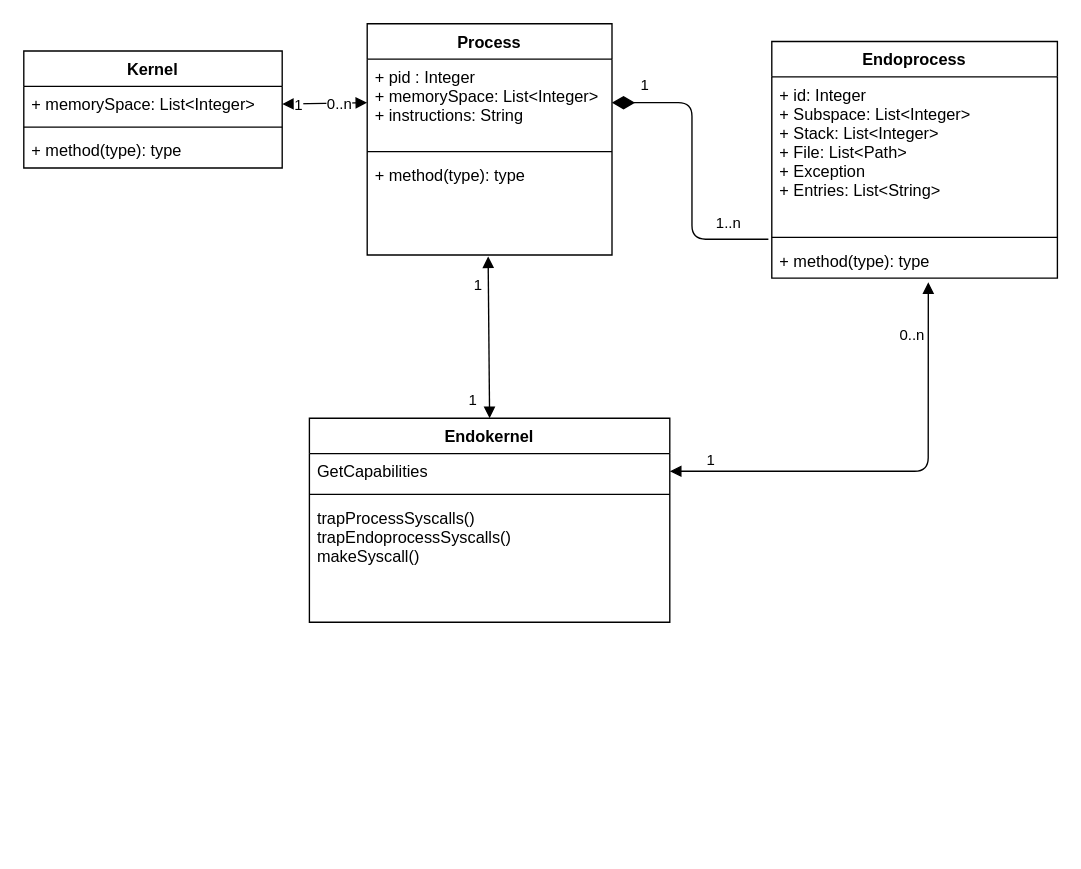
Before: models/EndocertUML.drawio in ndauten/comp517-project, a draw.io diagram. Source tidied: cells renumbered, new cells numbered last; positions are measured from the earlier drawing's top-left corner, leaving out a move shared by most shapes. Both pictures are drawn from the tidied source at 136%, with x=0, y=0 at pixel (23, 23).
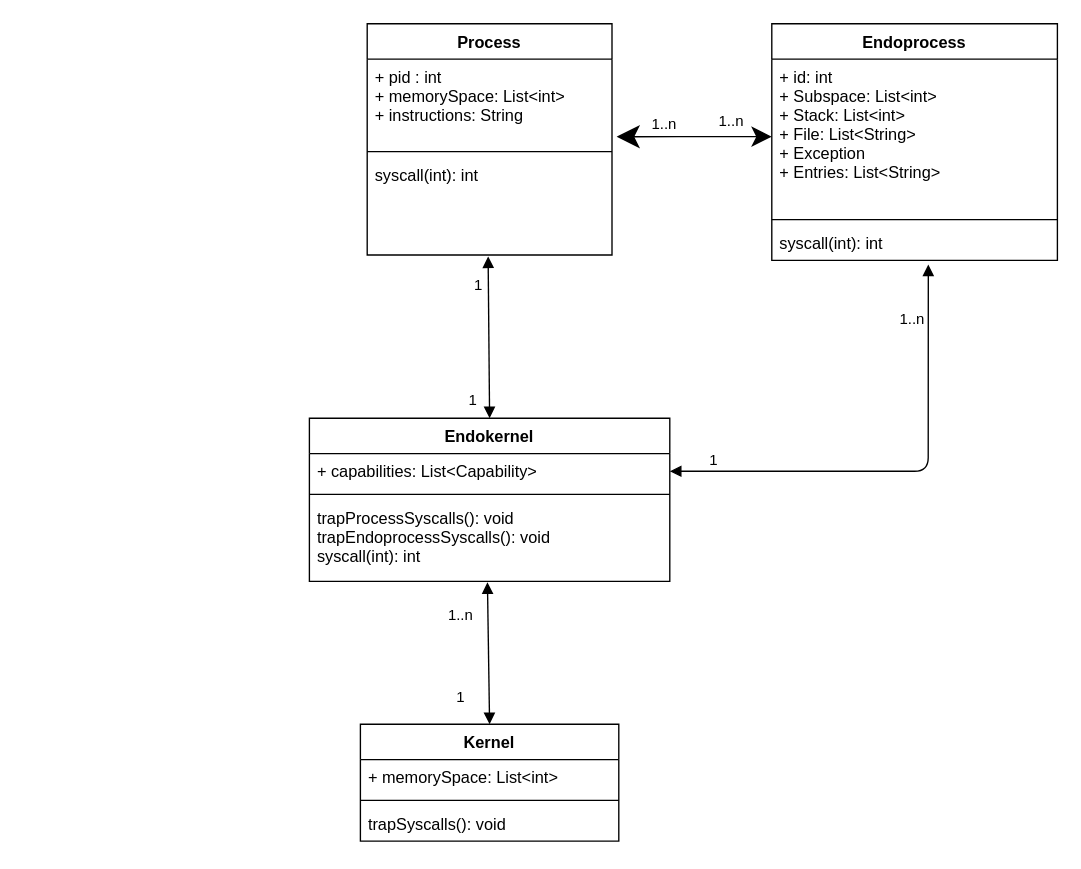
The same diagram, later.

The change refers to these unchanged cells:
```xml
<mxCell id="2" value="Process" style="swimlane;fontStyle=1;align=center;verticalAlign=top;horizontal=1;startSize=26;" parent="1" vertex="1">
  <mxGeometry x="252.5" width="180" height="170" as="geometry" />
</mxCell>
<mxCell id="26" style="endArrow=block;startArrow=block;endFill=1;startFill=1;html=1;entryX=0.548;entryY=1.115;entryDx=0;entryDy=0;exitX=1;exitY=0.5;exitDx=0;exitDy=0;entryPerimeter=0;" parent="1" edge="1" source="20" target="13">
  <mxGeometry relative="1" as="geometry">
    <Array as="points">
      <mxPoint x="665" y="329" />
    </Array>
  </mxGeometry>
</mxCell>
```

The edit, as a diff of the source:
```diff
@@
-    <mxCell id="3" value="+ pid : Integer&#10;+ memorySpace: List&lt;Integer&gt;&#10;+ instructions: String&#10;&#10;" style="text;strokeColor=none;fillColor=none;align=left;verticalAlign=top;spacingLeft=4;spacingRight=4;overflow=hidden;points=[[0,0.5],[1,0.5]];portConstraint=eastwest;" parent="2" vertex="1">
+    <mxCell id="3" value="+ pid : int&#10;+ memorySpace: List&lt;int&gt;&#10;+ instructions: String&#10;&#10;" style="text;strokeColor=none;fillColor=none;align=left;verticalAlign=top;spacingLeft=4;spacingRight=4;overflow=hidden;points=[[0,0.5],[1,0.5]];portConstraint=eastwest;" parent="2" vertex="1">
       <mxGeometry y="26" width="180" height="64" as="geometry" />
     </mxCell>
@@
-    <mxCell id="5" value="+ method(type): type" style="text;strokeColor=none;fillColor=none;align=left;verticalAlign=top;spacingLeft=4;spacingRight=4;overflow=hidden;points=[[0,0.5],[1,0.5]];portConstraint=eastwest;" parent="2" vertex="1">
+    <mxCell id="5" value="syscall(int): int" style="text;strokeColor=none;fillColor=none;align=left;verticalAlign=top;spacingLeft=4;spacingRight=4;overflow=hidden;points=[[0,0.5],[1,0.5]];portConstraint=eastwest;" parent="2" vertex="1">
       <mxGeometry y="98" width="180" height="72" as="geometry" />
     </mxCell>
     <mxCell id="6" value="Kernel" style="swimlane;fontStyle=1;align=center;verticalAlign=top;horizontal=1;startSize=26;" parent="1" vertex="1">
-      <mxGeometry y="20" width="190" height="86" as="geometry" />
+      <mxGeometry x="247.5" y="515" width="190" height="86" as="geometry" />
     </mxCell>
-    <mxCell id="7" value="+ memorySpace: List&lt;Integer&gt;" style="text;strokeColor=none;fillColor=none;align=left;verticalAlign=top;spacingLeft=4;spacingRight=4;overflow=hidden;points=[[0,0.5],[1,0.5]];portConstraint=eastwest;" parent="6" vertex="1">
+    <mxCell id="7" value="+ memorySpace: List&lt;int&gt;" style="text;strokeColor=none;fillColor=none;align=left;verticalAlign=top;spacingLeft=4;spacingRight=4;overflow=hidden;points=[[0,0.5],[1,0.5]];portConstraint=eastwest;" parent="6" vertex="1">
       <mxGeometry y="26" width="190" height="26" as="geometry" />
     </mxCell>
@@
-    <mxCell id="9" value="+ method(type): type" style="text;strokeColor=none;fillColor=none;align=left;verticalAlign=top;spacingLeft=4;spacingRight=4;overflow=hidden;" parent="6" vertex="1">
+    <mxCell id="9" value="trapSyscalls(): void" style="text;strokeColor=none;fillColor=none;align=left;verticalAlign=top;spacingLeft=4;spacingRight=4;overflow=hidden;" parent="6" vertex="1">
       <mxGeometry y="60" width="190" height="26" as="geometry" />
     </mxCell>
     <mxCell id="10" value="Endoprocess" style="swimlane;fontStyle=1;align=center;verticalAlign=top;horizontal=1;startSize=26;" parent="1" vertex="1">
-      <mxGeometry x="550" y="13" width="210" height="174" as="geometry" />
+      <mxGeometry x="550" width="210" height="174" as="geometry" />
     </mxCell>
-    <mxCell id="11" value="+ id: Integer&#10;+ Subspace: List&lt;Integer&gt;&#10;+ Stack: List&lt;Integer&gt;&#10;+ File: List&lt;Path&gt;&#10;+ Exception &#10;+ Entries: List&lt;String&gt;&#10;&#10;" style="text;strokeColor=none;fillColor=none;align=left;verticalAlign=top;spacingLeft=4;spacingRight=4;overflow=hidden;" parent="10" vertex="1">
+    <mxCell id="11" value="+ id: int&#10;+ Subspace: List&lt;int&gt;&#10;+ Stack: List&lt;int&gt;&#10;+ File: List&lt;String&gt;&#10;+ Exception &#10;+ Entries: List&lt;String&gt;&#10;&#10;" style="text;strokeColor=none;fillColor=none;align=left;verticalAlign=top;spacingLeft=4;spacingRight=4;overflow=hidden;" parent="10" vertex="1">
       <mxGeometry y="26" width="210" height="114" as="geometry" />
     </mxCell>
@@
-    <mxCell id="13" value="+ method(type): type" style="text;strokeColor=none;fillColor=none;align=left;verticalAlign=top;spacingLeft=4;spacingRight=4;overflow=hidden;points=[[0,0.5],[1,0.5]];portConstraint=eastwest;" parent="10" vertex="1">
+    <mxCell id="13" value="syscall(int): int" style="text;strokeColor=none;fillColor=none;align=left;verticalAlign=top;spacingLeft=4;spacingRight=4;overflow=hidden;points=[[0,0.5],[1,0.5]];portConstraint=eastwest;" parent="10" vertex="1">
       <mxGeometry y="148" width="210" height="26" as="geometry" />
     </mxCell>
-    <mxCell id="14" style="endArrow=block;startArrow=block;endFill=1;startFill=1;html=1;entryX=0;entryY=0.5;entryDx=0;entryDy=0;exitX=1;exitY=0.5;exitDx=0;exitDy=0;" parent="1" edge="1" source="7" target="3">
+    <mxCell id="14" style="endArrow=block;startArrow=block;endFill=1;startFill=1;html=1;entryX=0.494;entryY=1.011;entryDx=0;entryDy=0;exitX=0.5;exitY=0;exitDx=0;exitDy=0;entryPerimeter=0;" parent="1" edge="1" source="6" target="22">
       <mxGeometry relative="1" as="geometry" />
     </mxCell>
     <mxCell id="15" value="1" style="edgeLabel;html=1;align=center;verticalAlign=middle;" parent="14" vertex="1">
-      <mxGeometry x="-0.66" y="-1" relative="1" as="geometry" />
+      <mxGeometry x="-0.66" y="-1" relative="1" as="geometry">
+        <mxPoint x="-23" y="-2" as="offset" />
+      </mxGeometry>
     </mxCell>
-    <mxCell id="16" value="0..n" style="edgeLabel;html=1;align=center;verticalAlign=middle;" parent="14" vertex="1">
+    <mxCell id="16" value="1..n" style="edgeLabel;html=1;align=center;verticalAlign=middle;" parent="14" vertex="1">
       <mxGeometry x="0.77" relative="1" as="geometry">
-        <mxPoint x="-13" as="offset" />
+        <mxPoint x="-21" y="11" as="offset" />
       </mxGeometry>
     </mxCell>
-    <mxCell id="17" value="1" style="endArrow=none;html=1;endSize=12;startArrow=diamondThin;startSize=14;startFill=1;edgeStyle=orthogonalEdgeStyle;align=left;verticalAlign=bottom;endFill=0;entryX=-0.012;entryY=-0.1;entryDx=0;entryDy=0;entryPerimeter=0;exitX=1;exitY=0.5;exitDx=0;exitDy=0;" parent="1" edge="1" source="3" target="13">
-      <mxGeometry x="-0.82" y="4" relative="1" as="geometry" />
+    <mxCell id="17" value="1..n" style="endArrow=classic;html=1;endSize=12;startArrow=classic;startSize=14;startFill=1;edgeStyle=orthogonalEdgeStyle;align=left;verticalAlign=bottom;endFill=1;exitX=1.019;exitY=0.891;exitDx=0;exitDy=0;exitPerimeter=0;" parent="1" edge="1" source="3">
+      <mxGeometry x="-0.58" relative="1" as="geometry">
+        <mxPoint x="550" y="83" as="targetPoint" />
+      </mxGeometry>
     </mxCell>
     <mxCell id="18" value="1..n" style="edgeLabel;html=1;align=center;verticalAlign=middle;" parent="17" vertex="1">
       <mxGeometry x="0.82" y="3" relative="1" as="geometry">
-        <mxPoint x="-10.4" y="-8.6" as="offset" />
+        <mxPoint x="-20" y="-9" as="offset" />
       </mxGeometry>
     </mxCell>
     <mxCell id="19" value="Endokernel" style="swimlane;fontStyle=1;align=center;verticalAlign=top;horizontal=1;startSize=26;" parent="1" vertex="1">
-      <mxGeometry x="210" y="290" width="265" height="150" as="geometry" />
+      <mxGeometry x="210" y="290" width="265" height="120" as="geometry" />
     </mxCell>
-    <mxCell id="20" value="GetCapabilities" style="text;strokeColor=none;fillColor=none;align=left;verticalAlign=top;spacingLeft=4;spacingRight=4;overflow=hidden;points=[[0,0.5],[1,0.5]];portConstraint=eastwest;" parent="19" vertex="1">
+    <mxCell id="20" value="+ capabilities: List&lt;Capability&gt;" style="text;strokeColor=none;fillColor=none;align=left;verticalAlign=top;spacingLeft=4;spacingRight=4;overflow=hidden;points=[[0,0.5],[1,0.5]];portConstraint=eastwest;" parent="19" vertex="1">
       <mxGeometry y="26" width="265" height="26" as="geometry" />
     </mxCell>
@@
-    <mxCell id="22" value="trapProcessSyscalls()&#10;trapEndoprocessSyscalls()&#10;makeSyscall()&#10;" style="text;strokeColor=none;fillColor=none;align=left;verticalAlign=top;spacingLeft=4;spacingRight=4;overflow=hidden;points=[[0,0.5],[1,0.5]];portConstraint=eastwest;" parent="19" vertex="1">
-      <mxGeometry y="60" width="265" height="90" as="geometry" />
+    <mxCell id="22" value="trapProcessSyscalls(): void&#10;trapEndoprocessSyscalls(): void&#10;syscall(int): int&#10;&#10;" style="text;strokeColor=none;fillColor=none;align=left;verticalAlign=top;spacingLeft=4;spacingRight=4;overflow=hidden;points=[[0,0.5],[1,0.5]];portConstraint=eastwest;" parent="19" vertex="1">
+      <mxGeometry y="60" width="265" height="60" as="geometry" />
     </mxCell>
@@
-    <mxCell id="28" value="0..n" style="edgeLabel;html=1;align=center;verticalAlign=middle;" parent="26" vertex="1">
+    <mxCell id="28" value="1..n" style="edgeLabel;html=1;align=center;verticalAlign=middle;" parent="26" vertex="1">
       <mxGeometry x="0.77" relative="1" as="geometry">
         <mxPoint x="-13" as="offset" />
       </mxGeometry>
     </mxCell>
```
